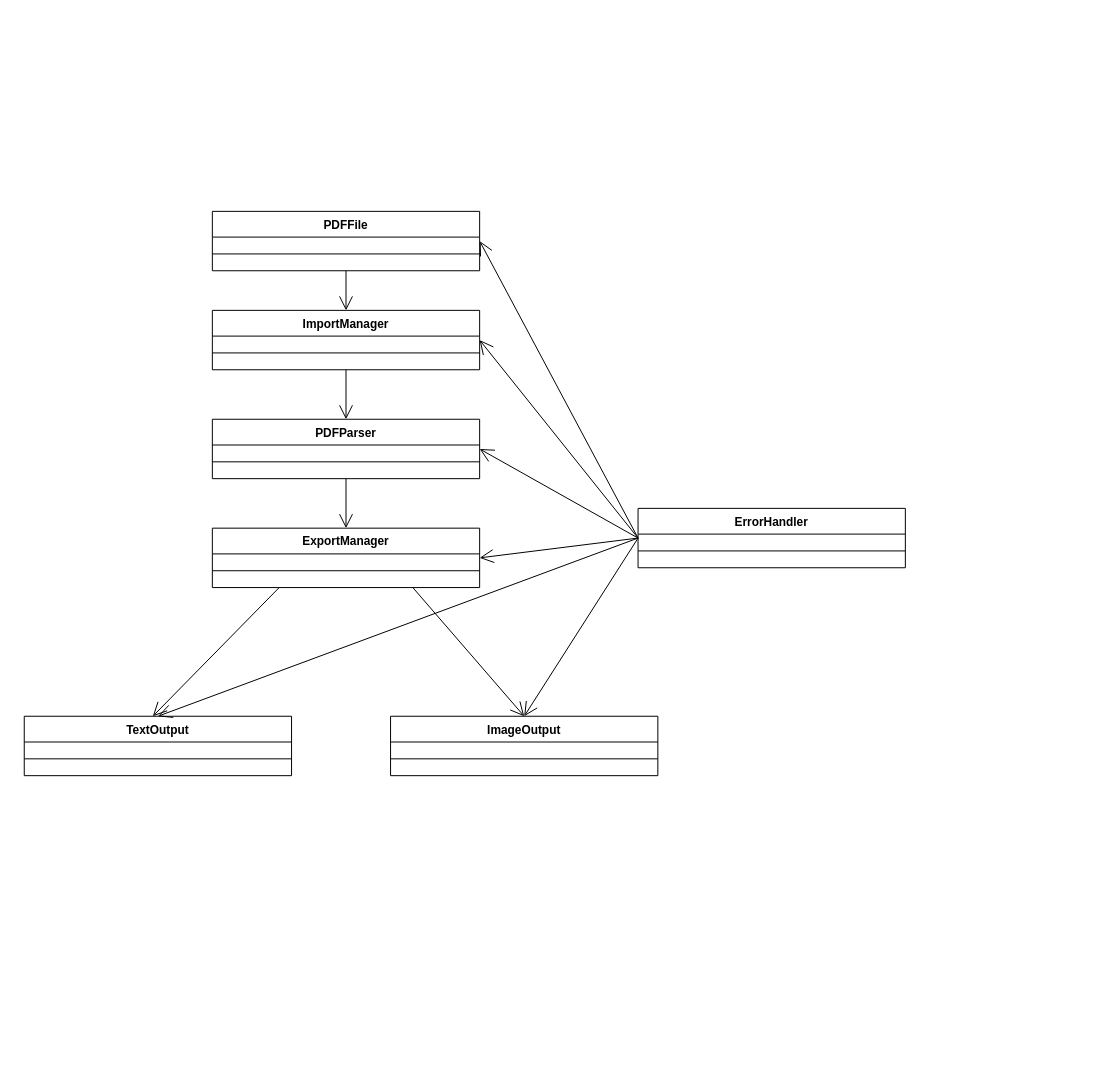
Before: PDFParserXML.drawio in NotCrymy/PDFParser, a draw.io diagram. Source tidied: cells renumbered, new cells numbered last; positions are measured from the earlier drawing's top-left corner, leaving out a move shared by most shapes. Both pictures are drawn from the tidied source at 99%, with x=0, y=0 at pixel (24, 211).
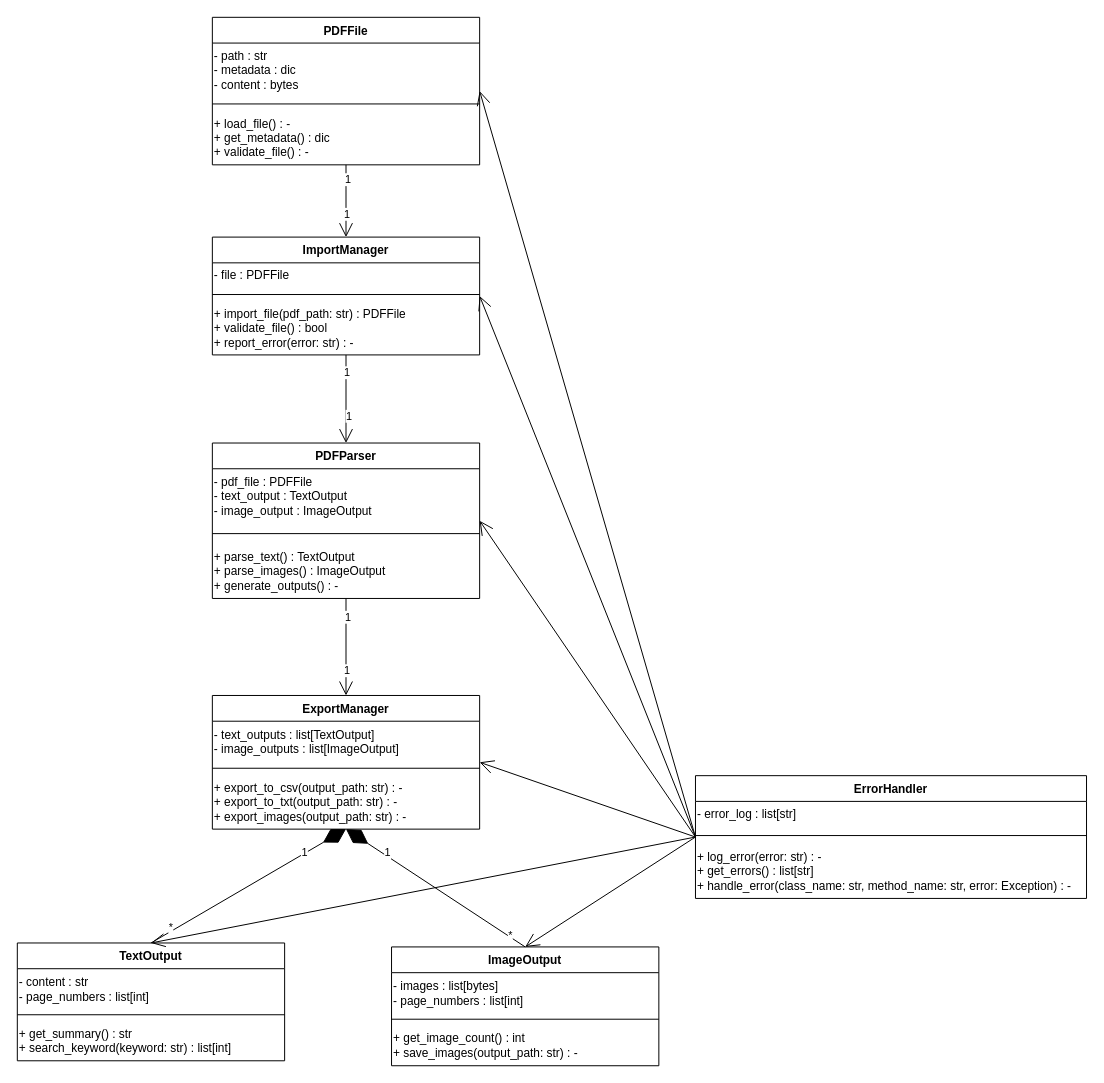
After the change.

Unchanged cells that the change refers to:
```xml
<mxCell id="18" style="endArrow=open;endFill=1;endSize=12;html=1;rounded=0;exitX=0.5;exitY=1;exitDx=0;exitDy=0;" parent="1" edge="1" source="2" target="10">
  <mxGeometry relative="1" as="geometry" />
</mxCell>
<mxCell id="19" style="endArrow=open;endFill=1;endSize=12;html=1;rounded=0;entryX=0.5;entryY=0;entryDx=0;entryDy=0;exitX=0.5;exitY=1;exitDx=0;exitDy=0;" parent="1" edge="1" source="12" target="2">
  <mxGeometry relative="1" as="geometry" />
</mxCell>
<mxCell id="20" style="endArrow=open;endFill=1;endSize=12;html=1;rounded=0;exitX=0.5;exitY=1;exitDx=0;exitDy=0;entryX=0.5;entryY=0;entryDx=0;entryDy=0;" parent="1" edge="1" source="4" target="12">
  <mxGeometry relative="1" as="geometry" />
</mxCell>
```

Diff of the diagram source:
```diff
@@
     <mxCell id="2" value="PDFParser" style="swimlane;fontStyle=1;align=center;verticalAlign=top;horizontal=1;startSize=26;whiteSpace=wrap;html=1;" parent="1" vertex="1">
-      <mxGeometry x="190" y="210" width="270" height="60" as="geometry" />
+      <mxGeometry x="190" y="234" width="270" height="157" as="geometry" />
     </mxCell>
+    <mxCell id="27" value="&lt;span class=&quot;hljs-deletion&quot;&gt;- pdf_file : PDFFile&lt;/span&gt;&lt;br&gt;&lt;span class=&quot;hljs-deletion&quot;&gt;- text_output : TextOutput&lt;/span&gt;&lt;br&gt;&lt;span class=&quot;hljs-deletion&quot;&gt;- image_output : ImageOutput&lt;/span&gt;" style="text;html=1;align=left;verticalAlign=middle;strokeColor=none;fillColor=none;" parent="2" vertex="1">
+      <mxGeometry y="26" width="270" height="55" as="geometry" />
+    </mxCell>
     <mxCell id="3" style="line;strokeWidth=1;fillColor=none;align=left;verticalAlign=middle;spacingTop=-1;spacingLeft=3;spacingRight=3;labelPosition=right;strokeColor=inherit;" parent="2" vertex="1">
-      <mxGeometry y="26" width="270" height="34" as="geometry" />
+      <mxGeometry y="81" width="270" height="21" as="geometry" />
     </mxCell>
+    <mxCell id="28" value="&lt;span class=&quot;hljs-addition&quot;&gt;+ parse_text() : TextOutput&lt;/span&gt;&amp;nbsp;&lt;div&gt;&lt;span class=&quot;hljs-addition&quot;&gt;+ parse_images() : ImageOutput&lt;/span&gt;&amp;nbsp;&lt;/div&gt;&lt;div&gt;&lt;span class=&quot;hljs-addition&quot;&gt;+ generate_outputs() : -&lt;/span&gt;&lt;/div&gt;" style="text;html=1;align=left;verticalAlign=middle;strokeColor=none;fillColor=none;" parent="2" vertex="1">
+      <mxGeometry y="102" width="270" height="55" as="geometry" />
+    </mxCell>
     <mxCell id="4" value="PDFFile" style="swimlane;fontStyle=1;align=center;verticalAlign=top;horizontal=1;startSize=26;whiteSpace=wrap;html=1;" parent="1" vertex="1">
-      <mxGeometry x="190" width="270" height="60" as="geometry" />
+      <mxGeometry x="190" y="-196" width="270" height="149" as="geometry" />
     </mxCell>
+    <mxCell id="29" value="- path : str&lt;div&gt;- metadata : dic&lt;/div&gt;&lt;div&gt;- content : bytes&lt;/div&gt;" style="text;html=1;align=left;verticalAlign=middle;strokeColor=none;fillColor=none;" parent="4" vertex="1">
+      <mxGeometry y="26" width="270" height="55" as="geometry" />
+    </mxCell>
     <mxCell id="5" style="line;strokeWidth=1;fillColor=none;align=left;verticalAlign=middle;spacingTop=-1;spacingLeft=3;spacingRight=3;labelPosition=right;strokeColor=inherit;" parent="4" vertex="1">
-      <mxGeometry y="26" width="270" height="34" as="geometry" />
+      <mxGeometry y="81" width="270" height="13" as="geometry" />
     </mxCell>
+    <mxCell id="30" value="+ load_file() : -&lt;div&gt;+ get_metadata() : dic&lt;/div&gt;&lt;div&gt;+&amp;nbsp;validate_file() : -&lt;/div&gt;" style="text;html=1;align=left;verticalAlign=middle;strokeColor=none;fillColor=none;" parent="4" vertex="1">
+      <mxGeometry y="94" width="270" height="55" as="geometry" />
+    </mxCell>
     <mxCell id="6" value="TextOutput" style="swimlane;fontStyle=1;align=center;verticalAlign=top;horizontal=1;startSize=26;whiteSpace=wrap;html=1;" parent="1" vertex="1">
-      <mxGeometry y="510" width="270" height="60" as="geometry" />
+      <mxGeometry x="-7" y="739" width="270" height="119" as="geometry" />
     </mxCell>
+    <mxCell id="31" value="&lt;span class=&quot;hljs-deletion&quot;&gt;- content : str&lt;/span&gt;&amp;nbsp;&lt;div&gt;&lt;span class=&quot;hljs-deletion&quot;&gt;- page_numbers : list[int]&lt;/span&gt;&lt;/div&gt;" style="text;html=1;align=left;verticalAlign=middle;strokeColor=none;fillColor=none;" parent="6" vertex="1">
+      <mxGeometry y="26" width="270" height="41" as="geometry" />
+    </mxCell>
     <mxCell id="7" style="line;strokeWidth=1;fillColor=none;align=left;verticalAlign=middle;spacingTop=-1;spacingLeft=3;spacingRight=3;labelPosition=right;strokeColor=inherit;" parent="6" vertex="1">
-      <mxGeometry y="26" width="270" height="34" as="geometry" />
+      <mxGeometry y="67" width="270" height="11" as="geometry" />
     </mxCell>
+    <mxCell id="32" value="&lt;span class=&quot;hljs-addition&quot;&gt;+ get_summary() : str&lt;/span&gt;&amp;nbsp;&lt;div&gt;&lt;span class=&quot;hljs-addition&quot;&gt;+ search_keyword(keyword: str) : list[int]&lt;/span&gt;&lt;/div&gt;" style="text;html=1;align=left;verticalAlign=middle;strokeColor=none;fillColor=none;" parent="6" vertex="1">
+      <mxGeometry y="78" width="270" height="41" as="geometry" />
+    </mxCell>
     <mxCell id="8" value="ImageOutput" style="swimlane;fontStyle=1;align=center;verticalAlign=top;horizontal=1;startSize=26;whiteSpace=wrap;html=1;" parent="1" vertex="1">
-      <mxGeometry x="370" y="510" width="270" height="60" as="geometry" />
+      <mxGeometry x="371" y="743" width="270" height="120" as="geometry" />
     </mxCell>
+    <mxCell id="33" value="&lt;span class=&quot;hljs-deletion&quot;&gt;- images : list[bytes]&lt;/span&gt;&amp;nbsp;&lt;div&gt;&lt;span class=&quot;hljs-deletion&quot;&gt;- page_numbers : list[int]&lt;/span&gt;&lt;/div&gt;" style="text;html=1;align=left;verticalAlign=middle;strokeColor=none;fillColor=none;" parent="8" vertex="1">
+      <mxGeometry y="26" width="270" height="41" as="geometry" />
+    </mxCell>
     <mxCell id="9" style="line;strokeWidth=1;fillColor=none;align=left;verticalAlign=middle;spacingTop=-1;spacingLeft=3;spacingRight=3;labelPosition=right;strokeColor=inherit;" parent="8" vertex="1">
-      <mxGeometry y="26" width="270" height="34" as="geometry" />
+      <mxGeometry y="67" width="270" height="12" as="geometry" />
     </mxCell>
+    <mxCell id="34" value="&lt;span class=&quot;hljs-addition&quot;&gt;+ get_image_count() : int&lt;/span&gt;&amp;nbsp;&lt;div&gt;&lt;span class=&quot;hljs-addition&quot;&gt;+ save_images(output_path: str) : -&lt;/span&gt;&lt;/div&gt;" style="text;html=1;align=left;verticalAlign=middle;strokeColor=none;fillColor=none;" parent="8" vertex="1">
+      <mxGeometry y="79" width="270" height="41" as="geometry" />
+    </mxCell>
     <mxCell id="10" value="ExportManager" style="swimlane;fontStyle=1;align=center;verticalAlign=top;horizontal=1;startSize=26;whiteSpace=wrap;html=1;" parent="1" vertex="1">
-      <mxGeometry x="190" y="320" width="270" height="60" as="geometry" />
+      <mxGeometry x="190" y="489" width="270" height="135" as="geometry" />
     </mxCell>
+    <mxCell id="35" value="&lt;span class=&quot;hljs-deletion&quot;&gt;- text_outputs : list[TextOutput]&lt;/span&gt;&amp;nbsp;&lt;div&gt;&lt;span class=&quot;hljs-deletion&quot;&gt;- image_outputs : list[ImageOutput]&lt;/span&gt;&lt;/div&gt;" style="text;html=1;align=left;verticalAlign=middle;strokeColor=none;fillColor=none;" parent="10" vertex="1">
+      <mxGeometry y="26" width="270" height="41" as="geometry" />
+    </mxCell>
     <mxCell id="11" style="line;strokeWidth=1;fillColor=none;align=left;verticalAlign=middle;spacingTop=-1;spacingLeft=3;spacingRight=3;labelPosition=right;strokeColor=inherit;" parent="10" vertex="1">
-      <mxGeometry y="26" width="270" height="34" as="geometry" />
+      <mxGeometry y="67" width="270" height="13" as="geometry" />
     </mxCell>
+    <mxCell id="36" value="&lt;span class=&quot;hljs-addition&quot;&gt;+ export_to_csv(output_path: str) : -&lt;/span&gt;&amp;nbsp;&lt;div&gt;&lt;span class=&quot;hljs-addition&quot;&gt;+ export_to_txt(output_path: str) : -&lt;/span&gt;&amp;nbsp;&lt;/div&gt;&lt;div&gt;&lt;span class=&quot;hljs-addition&quot;&gt;+ export_images(output_path: str) : -&lt;/span&gt;&lt;/div&gt;" style="text;html=1;align=left;verticalAlign=middle;strokeColor=none;fillColor=none;" parent="10" vertex="1">
+      <mxGeometry y="80" width="270" height="55" as="geometry" />
+    </mxCell>
     <mxCell id="12" value="ImportManager" style="swimlane;fontStyle=1;align=center;verticalAlign=top;horizontal=1;startSize=26;whiteSpace=wrap;html=1;" parent="1" vertex="1">
-      <mxGeometry x="190" y="100" width="270" height="60" as="geometry" />
+      <mxGeometry x="190" y="26" width="270" height="119" as="geometry" />
     </mxCell>
+    <mxCell id="37" value="- file : PDFFile" style="text;html=1;align=left;verticalAlign=middle;strokeColor=none;fillColor=none;" parent="12" vertex="1">
+      <mxGeometry y="26" width="270" height="26" as="geometry" />
+    </mxCell>
     <mxCell id="13" style="line;strokeWidth=1;fillColor=none;align=left;verticalAlign=middle;spacingTop=-1;spacingLeft=3;spacingRight=3;labelPosition=right;strokeColor=inherit;" parent="12" vertex="1">
-      <mxGeometry y="26" width="270" height="34" as="geometry" />
+      <mxGeometry y="52" width="270" height="12" as="geometry" />
     </mxCell>
+    <mxCell id="38" value="&lt;div style=&quot;&quot;&gt;&lt;span style=&quot;background-color: transparent; color: light-dark(rgb(0, 0, 0), rgb(255, 255, 255));&quot; class=&quot;hljs-bullet&quot;&gt;+&lt;/span&gt;&lt;span style=&quot;background-color: transparent; color: light-dark(rgb(0, 0, 0), rgb(255, 255, 255));&quot;&gt; import&lt;/span&gt;&lt;span style=&quot;background-color: transparent; color: light-dark(rgb(0, 0, 0), rgb(255, 255, 255));&quot; class=&quot;hljs-emphasis&quot;&gt;_file(pdf_&lt;/span&gt;&lt;span style=&quot;background-color: transparent; color: light-dark(rgb(0, 0, 0), rgb(255, 255, 255));&quot;&gt;path: str) : PDFFile&amp;nbsp;&lt;/span&gt;&lt;/div&gt;&lt;div style=&quot;&quot;&gt;&lt;span class=&quot;hljs-bullet&quot;&gt;+&lt;/span&gt; validate&lt;span class=&quot;hljs-emphasis&quot;&gt;_file() : bool&amp;nbsp;&lt;/span&gt;&lt;/div&gt;&lt;div style=&quot;&quot;&gt;&lt;span class=&quot;hljs-emphasis&quot;&gt;+ report_&lt;/span&gt;error(error: str) : -&lt;/div&gt;" style="text;html=1;align=left;verticalAlign=middle;strokeColor=none;fillColor=none;" parent="12" vertex="1">
+      <mxGeometry y="64" width="270" height="55" as="geometry" />
+    </mxCell>
     <mxCell id="14" value="ErrorHandler" style="swimlane;fontStyle=1;align=center;verticalAlign=top;horizontal=1;startSize=26;whiteSpace=wrap;html=1;" parent="1" vertex="1">
-      <mxGeometry x="620" y="300" width="270" height="60" as="geometry" />
+      <mxGeometry x="678" y="570" width="395" height="124" as="geometry" />
     </mxCell>
+    <mxCell id="39" value="&lt;span class=&quot;hljs-deletion&quot;&gt;- error_log : list[str]&lt;/span&gt;" style="text;html=1;align=left;verticalAlign=middle;strokeColor=none;fillColor=none;" parent="14" vertex="1">
+      <mxGeometry y="26" width="395" height="26" as="geometry" />
+    </mxCell>
     <mxCell id="15" style="line;strokeWidth=1;fillColor=none;align=left;verticalAlign=middle;spacingTop=-1;spacingLeft=3;spacingRight=3;labelPosition=right;strokeColor=inherit;" parent="14" vertex="1">
-      <mxGeometry y="26" width="270" height="34" as="geometry" />
+      <mxGeometry y="52" width="395" height="17" as="geometry" />
     </mxCell>
-    <mxCell id="16" style="endArrow=open;endFill=1;endSize=12;html=1;rounded=0;entryX=0.481;entryY=0;entryDx=0;entryDy=0;entryPerimeter=0;exitX=0.25;exitY=1;exitDx=0;exitDy=0;" parent="1" edge="1" source="10" target="6">
-      <mxGeometry relative="1" as="geometry" />
-    </mxCell>
-    <mxCell id="17" style="endArrow=open;endFill=1;endSize=12;html=1;rounded=0;entryX=0.5;entryY=0;entryDx=0;entryDy=0;exitX=0.75;exitY=1;exitDx=0;exitDy=0;" parent="1" edge="1" source="10" target="8">
-      <mxGeometry relative="1" as="geometry" />
-    </mxCell>
+    <mxCell id="40" value="&lt;span class=&quot;hljs-addition&quot;&gt;+ log_error(error: str) : -&lt;/span&gt;&amp;nbsp;&lt;div&gt;&lt;span class=&quot;hljs-addition&quot;&gt;+ get_errors() : list[str]&lt;/span&gt;&amp;nbsp;&lt;/div&gt;&lt;div&gt;&lt;span class=&quot;hljs-addition&quot;&gt;+ handle_error(class_name: str, method_name: str, error: Exception) : -&lt;/span&gt;&lt;/div&gt;" style="text;html=1;align=left;verticalAlign=middle;strokeColor=none;fillColor=none;" parent="14" vertex="1">
+      <mxGeometry y="69" width="395" height="55" as="geometry" />
+    </mxCell>
@@
+    <mxCell id="41" value="1" style="edgeLabel;html=1;align=center;verticalAlign=middle;" parent="18" vertex="1">
+      <mxGeometry x="-0.64" y="1" relative="1" as="geometry" />
+    </mxCell>
+    <mxCell id="42" value="1" style="edgeLabel;html=1;align=center;verticalAlign=middle;" parent="18" vertex="1">
+      <mxGeometry x="0.5" y="-2" relative="1" as="geometry">
+        <mxPoint x="2" y="-2" as="offset" />
+      </mxGeometry>
+    </mxCell>
@@
+    <mxCell id="43" value="1" style="edgeLabel;html=1;align=center;verticalAlign=middle;" parent="19" vertex="1">
+      <mxGeometry x="-0.61" relative="1" as="geometry" />
+    </mxCell>
+    <mxCell id="44" value="1" style="edgeLabel;html=1;align=center;verticalAlign=middle;" parent="19" vertex="1">
+      <mxGeometry x="0.36" y="2" relative="1" as="geometry" />
+    </mxCell>
@@
+    <mxCell id="45" value="1" style="edgeLabel;html=1;align=center;verticalAlign=middle;" parent="20" vertex="1">
+      <mxGeometry x="-0.61" y="1" relative="1" as="geometry" />
+    </mxCell>
+    <mxCell id="46" value="1" style="edgeLabel;html=1;align=center;verticalAlign=middle;" parent="20" vertex="1">
+      <mxGeometry x="0.33" relative="1" as="geometry" />
+    </mxCell>
@@
+    <mxCell id="47" style="endArrow=diamondThin;endFill=1;endSize=24;html=1;rounded=0;entryX=0.5;entryY=1;entryDx=0;entryDy=0;exitX=0.5;exitY=0;exitDx=0;exitDy=0;" parent="1" edge="1" source="8" target="10">
+      <mxGeometry relative="1" as="geometry" />
+    </mxCell>
+    <mxCell id="48" value="1" style="edgeLabel;html=1;align=center;verticalAlign=middle;" parent="47" vertex="1">
+      <mxGeometry x="0.56" y="-3" relative="1" as="geometry" />
+    </mxCell>
+    <mxCell id="49" value="*" style="edgeLabel;html=1;align=center;verticalAlign=middle;" parent="47" vertex="1">
+      <mxGeometry x="-0.87" y="1" relative="1" as="geometry">
+        <mxPoint x="-3" y="-6" as="offset" />
+      </mxGeometry>
+    </mxCell>
+    <mxCell id="50" style="endArrow=diamondThin;endFill=1;endSize=24;html=1;rounded=0;exitX=0.5;exitY=0;exitDx=0;exitDy=0;entryX=0.5;entryY=1;entryDx=0;entryDy=0;" parent="1" edge="1" source="6" target="10">
+      <mxGeometry relative="1" as="geometry" />
+    </mxCell>
+    <mxCell id="51" value="1" style="edgeLabel;html=1;align=center;verticalAlign=middle;" parent="50" vertex="1">
+      <mxGeometry x="0.58" y="1" relative="1" as="geometry" />
+    </mxCell>
+    <mxCell id="52" value="*" style="edgeLabel;html=1;align=center;verticalAlign=middle;" parent="50" vertex="1">
+      <mxGeometry x="-0.82" relative="1" as="geometry">
+        <mxPoint x="1" y="-6" as="offset" />
+      </mxGeometry>
+    </mxCell>
```
